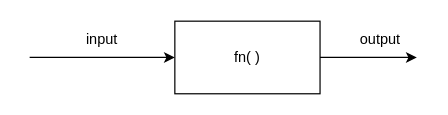
Before: page "Page-1" (1 of 2) of 02_Functions/functions.drawio in Sri170303/Basic-JavaScript, a draw.io diagram. Source tidied: cells renumbered, new cells numbered last; positions are measured from the earlier drawing's top-left corner, leaving out a move shared by most shapes. Both pictures are drawn from the tidied source at 121%, with x=0, y=0 at pixel (29, 21).
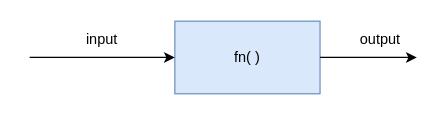
The same page after the edit.

The edit, as a diff of the source:
```diff
@@
 <mxGraphModel>
   <root>
     <mxCell id="0" />
     <mxCell id="1" parent="0" />
-    <mxCell id="2" style="rounded=0;whiteSpace=wrap;html=1;" parent="1" vertex="1">
+    <mxCell id="2" style="rounded=0;whiteSpace=wrap;html=1;fillColor=#dae8fc;strokeColor=#6c8ebf;" parent="1" vertex="1">
       <mxGeometry x="120" width="120" height="60" as="geometry" />
     </mxCell>
     <mxCell id="3" style="endArrow=classic;html=1;entryX=0;entryY=0.5;entryDx=0;entryDy=0;" parent="1" edge="1" target="2">
       <mxGeometry relative="1" as="geometry">
         <mxPoint y="30" as="sourcePoint" />
       </mxGeometry>
     </mxCell>
     <mxCell id="4" style="endArrow=classic;html=1;" parent="1" edge="1">
       <mxGeometry relative="1" as="geometry">
         <mxPoint x="240" y="30" as="sourcePoint" />
         <mxPoint x="320" y="30" as="targetPoint" />
       </mxGeometry>
     </mxCell>
     <mxCell id="5" value="input" style="text;html=1;align=center;verticalAlign=middle;whiteSpace=wrap;rounded=0;" parent="1" vertex="1">
       <mxGeometry x="30" width="60" height="30" as="geometry" />
     </mxCell>
     <mxCell id="6" value="output" style="text;html=1;align=center;verticalAlign=middle;whiteSpace=wrap;rounded=0;" parent="1" vertex="1">
       <mxGeometry x="260" width="60" height="30" as="geometry" />
     </mxCell>
     <mxCell id="7" value="fn( )" style="text;html=1;align=center;verticalAlign=middle;whiteSpace=wrap;rounded=0;" parent="1" vertex="1">
       <mxGeometry x="150" y="15" width="60" height="30" as="geometry" />
     </mxCell>
   </root>
 </mxGraphModel>
```
